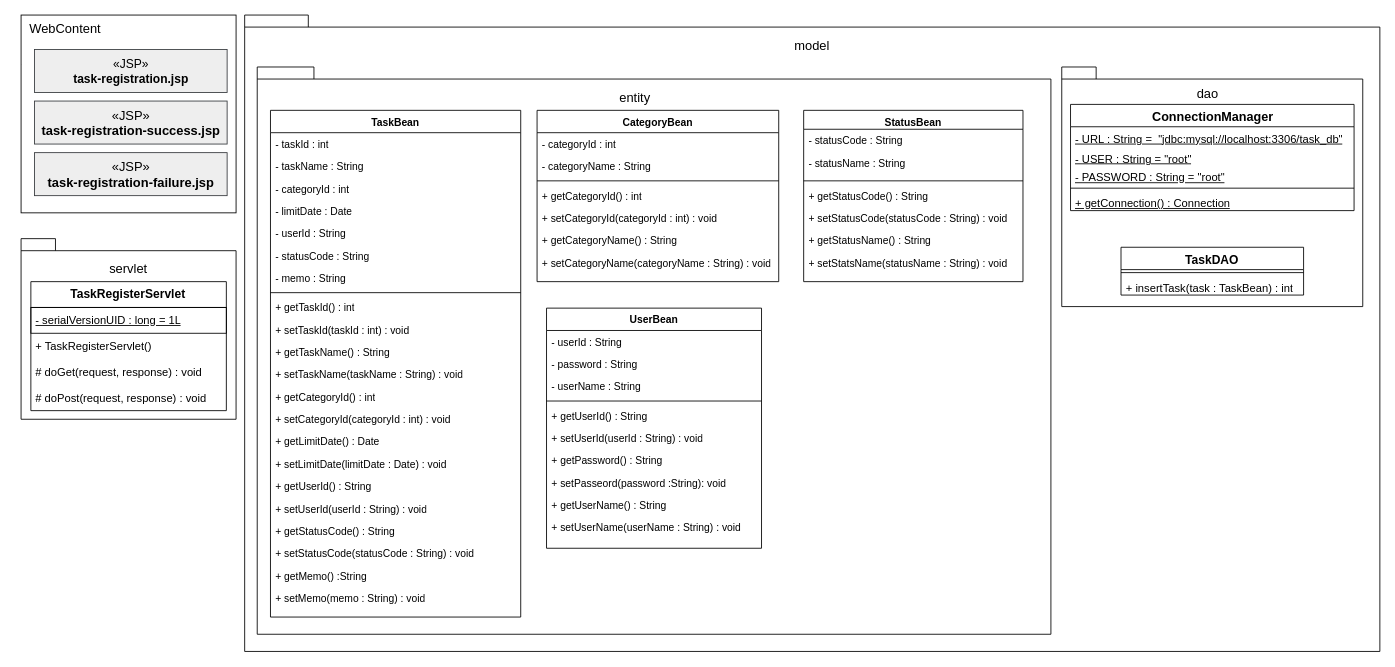
Above: design/class-diagram/詳細クラス図_タスク登録機能.drawio in comsize-honiden/TaskManager62 (draw.io), before the change. Source tidied: cells renumbered, new cells numbered last; positions are measured from the earlier drawing's top-left corner, leaving out a move shared by most shapes. Both pictures are drawn from the tidied source at 86%, with x=0, y=0 at pixel (21, 15).
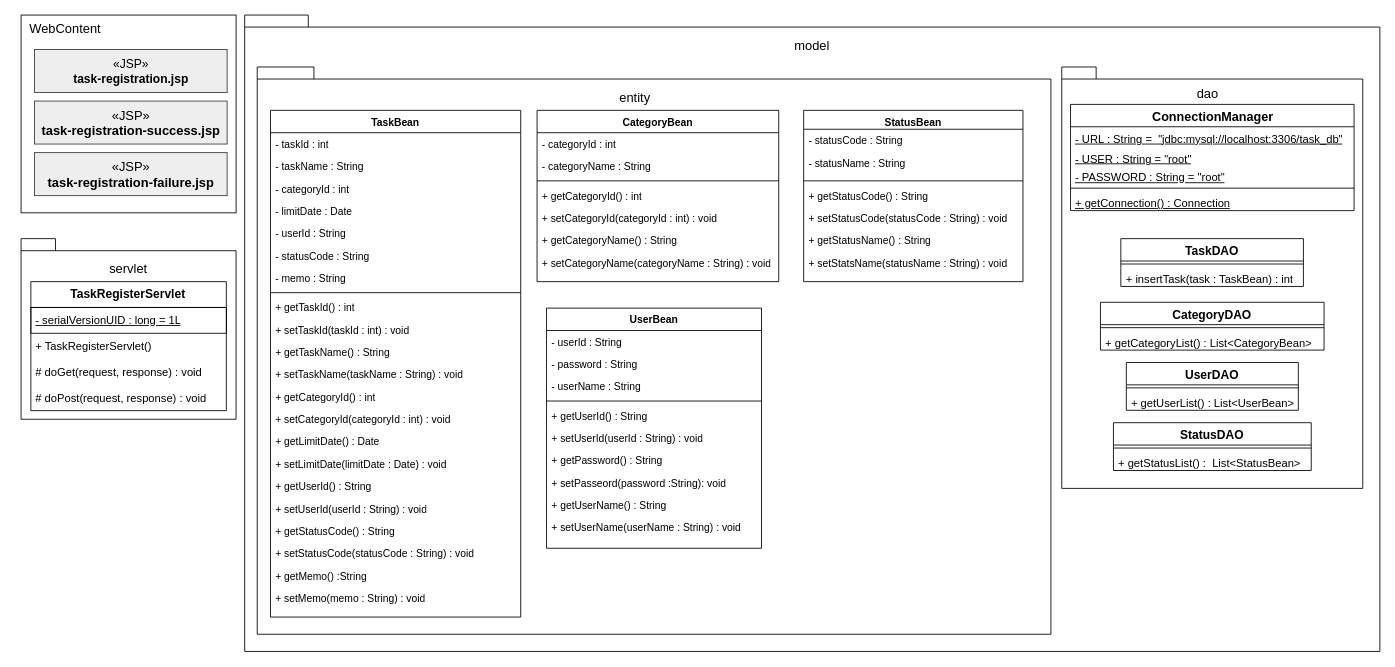
Above is the later version.

Commit message:
修正　CategoryDAO, UserDAO, StatusDAOを追加

Diff of the diagram source:
```diff
@@
     <mxCell id="71" style="group;" parent="1" vertex="1">
-      <mxGeometry x="1210" y="60.4" width="350.1" height="278.6" as="geometry" />
+      <mxGeometry x="1210" y="60.4" width="368.8" height="490" as="geometry" />
     </mxCell>
     <mxCell id="72" style="shape=folder;fontStyle=1;spacingTop=10;tabWidth=40;tabHeight=14;tabPosition=left;html=1;whiteSpace=wrap;" parent="71" vertex="1">
-      <mxGeometry x="0.1" width="350" height="278.6" as="geometry" />
+      <mxGeometry x="0.1" width="350" height="490" as="geometry" />
     </mxCell>
@@
     <mxCell id="80" value="&lt;font style=&quot;font-size: 14px;&quot;&gt;TaskDAO&lt;/font&gt;" style="swimlane;fontStyle=1;align=center;verticalAlign=top;horizontal=1;startSize=26;whiteSpace=wrap;html=1;" parent="71" vertex="1">
-      <mxGeometry x="69" y="209.6" width="212.3" height="55.6" as="geometry" />
+      <mxGeometry x="68.8" y="199.6" width="212.3" height="55.6" as="geometry" />
     </mxCell>
@@
+    <mxCell id="83" value="&lt;font style=&quot;font-size: 14px;&quot;&gt;CategoryDAO&lt;/font&gt;" style="swimlane;fontStyle=1;align=center;verticalAlign=top;horizontal=1;startSize=26;whiteSpace=wrap;html=1;" parent="71" vertex="1">
+      <mxGeometry x="45.1" y="273.6" width="260" height="55.6" as="geometry" />
+    </mxCell>
+    <mxCell id="84" style="line;strokeWidth=1;fillColor=none;align=left;verticalAlign=middle;spacingTop=-1;spacingLeft=3;spacingRight=3;labelPosition=right;strokeColor=inherit;" parent="83" vertex="1">
+      <mxGeometry y="26" width="260" height="7" as="geometry" />
+    </mxCell>
+    <mxCell id="85" value="&lt;font style=&quot;font-size: 13px;&quot;&gt;+ getCategoryList() : List&amp;lt;CategoryBean&amp;gt;&lt;/font&gt;" style="text;strokeColor=none;fillColor=none;align=left;verticalAlign=top;spacingLeft=4;spacingRight=4;overflow=hidden;whiteSpace=wrap;html=1;fontSize=12;" parent="83" vertex="1">
+      <mxGeometry y="33" width="260" height="22.6" as="geometry" />
+    </mxCell>
+    <mxCell id="86" value="&lt;font style=&quot;font-size: 14px;&quot;&gt;UserDAO&lt;/font&gt;" style="swimlane;fontStyle=1;align=center;verticalAlign=top;horizontal=1;startSize=26;whiteSpace=wrap;html=1;" parent="71" vertex="1">
+      <mxGeometry x="75.2" y="343.6" width="200" height="55.6" as="geometry" />
+    </mxCell>
+    <mxCell id="87" style="line;strokeWidth=1;fillColor=none;align=left;verticalAlign=middle;spacingTop=-1;spacingLeft=3;spacingRight=3;labelPosition=right;strokeColor=inherit;" parent="86" vertex="1">
+      <mxGeometry y="26" width="200" height="7" as="geometry" />
+    </mxCell>
+    <mxCell id="88" value="&lt;font style=&quot;font-size: 13px;&quot;&gt;+ getUserList() : List&amp;lt;UserBean&amp;gt;&lt;/font&gt;" style="text;strokeColor=none;fillColor=none;align=left;verticalAlign=top;spacingLeft=4;spacingRight=4;overflow=hidden;whiteSpace=wrap;html=1;fontSize=12;" parent="86" vertex="1">
+      <mxGeometry y="33" width="200" height="22.6" as="geometry" />
+    </mxCell>
+    <mxCell id="89" value="&lt;font style=&quot;font-size: 14px;&quot;&gt;StatusDAO&lt;/font&gt;" style="swimlane;fontStyle=1;align=center;verticalAlign=top;horizontal=1;startSize=26;whiteSpace=wrap;html=1;" parent="71" vertex="1">
+      <mxGeometry x="60.2" y="413.6" width="230" height="55.6" as="geometry" />
+    </mxCell>
+    <mxCell id="90" style="line;strokeWidth=1;fillColor=none;align=left;verticalAlign=middle;spacingTop=-1;spacingLeft=3;spacingRight=3;labelPosition=right;strokeColor=inherit;" parent="89" vertex="1">
+      <mxGeometry y="26" width="230" height="7" as="geometry" />
+    </mxCell>
+    <mxCell id="91" value="&lt;font style=&quot;font-size: 13px;&quot;&gt;+ getStatusList() :&amp;nbsp; List&amp;lt;StatusBean&amp;gt;&lt;/font&gt;" style="text;strokeColor=none;fillColor=none;align=left;verticalAlign=top;spacingLeft=4;spacingRight=4;overflow=hidden;whiteSpace=wrap;html=1;fontSize=12;" parent="89" vertex="1">
+      <mxGeometry y="33" width="230" height="22.6" as="geometry" />
+    </mxCell>
```
